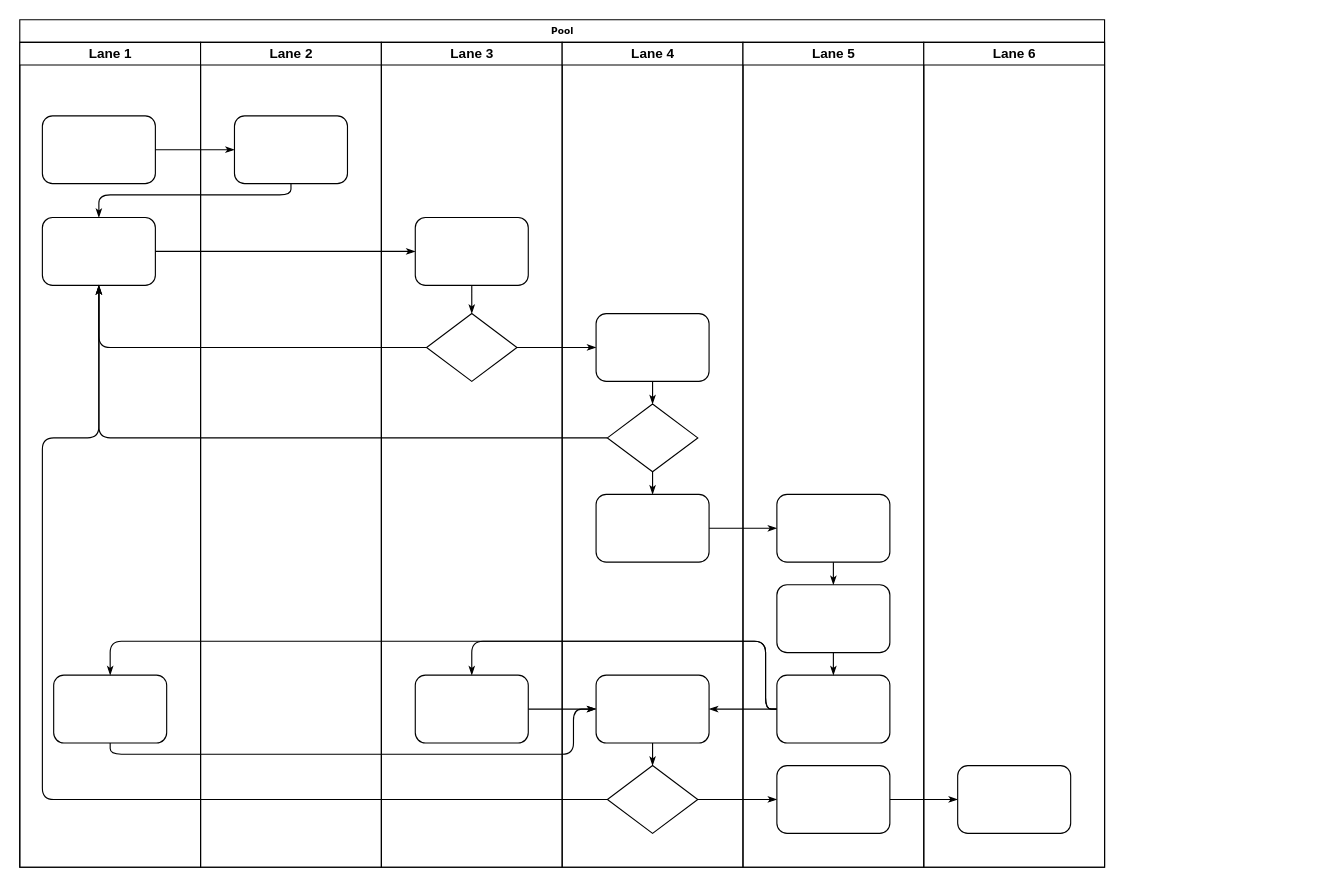
Above: Untitled Diagram.drawio in Okakakai/R4DataAlgo_Lab3 (draw.io), before the change. Source tidied: cells renumbered, new cells numbered last; positions are measured from the earlier drawing's top-left corner, leaving out a move shared by most shapes. Both pictures are drawn from the tidied source at 113%, with x=0, y=0 at pixel (19, 19).
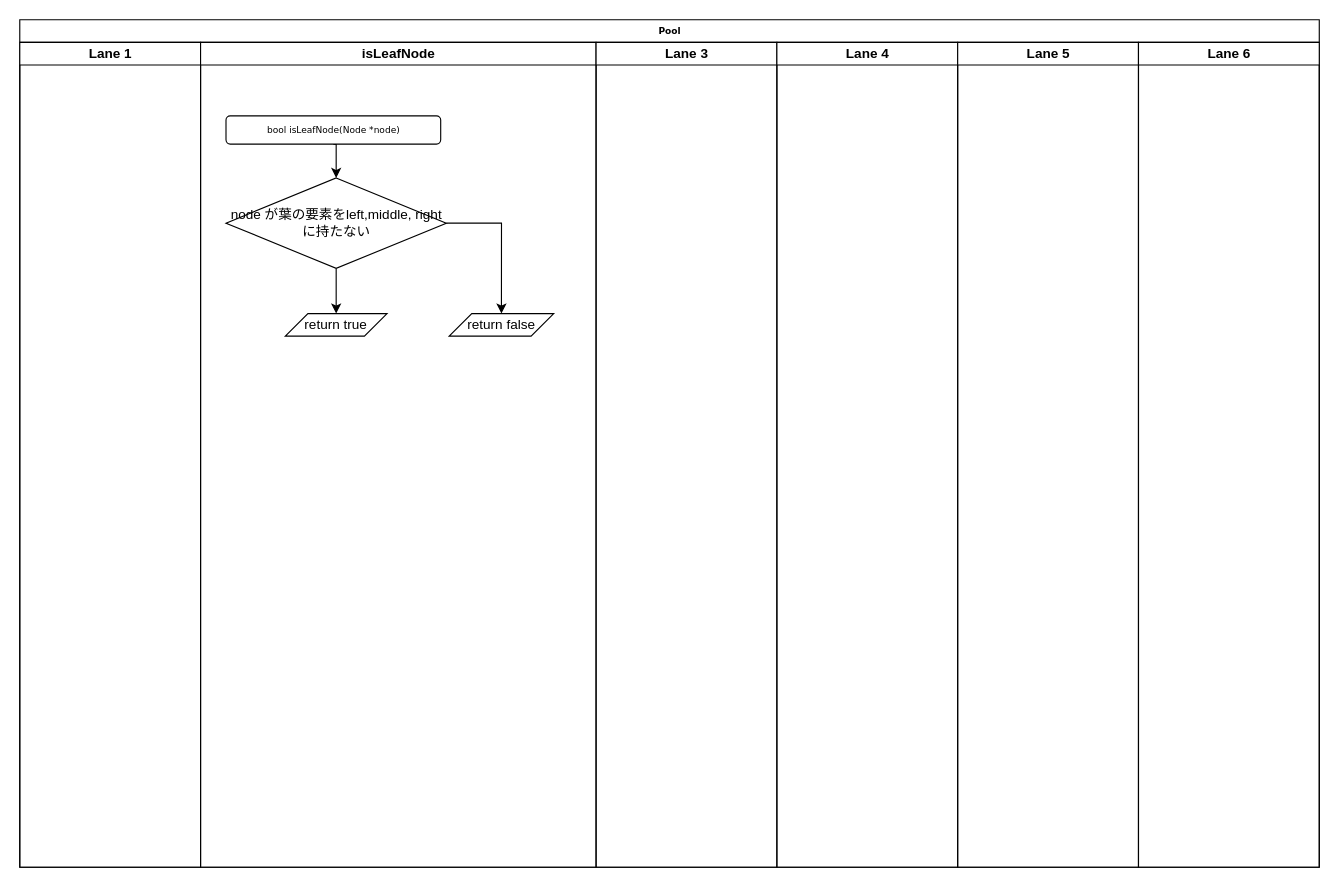
The same page after the edit.

The change refers to these unchanged cells:
```xml
<mxCell id="3" value="Lane 1" style="swimlane;html=1;startSize=20;" parent="2" vertex="1">
  <mxGeometry y="20" width="160" height="730" as="geometry" />
</mxCell>
```

Diff of the diagram source:
```diff
@@
     <mxCell id="2" value="Pool" style="swimlane;html=1;startSize=20;rounded=0;shadow=0;labelBackgroundColor=none;strokeWidth=1;fontFamily=Verdana;fontSize=8;align=center;" parent="1" vertex="1">
-      <mxGeometry width="960" height="750" as="geometry" />
+      <mxGeometry width="1150" height="750" as="geometry" />
     </mxCell>
@@
-    <mxCell id="4" style="rounded=1;whiteSpace=wrap;html=1;shadow=0;labelBackgroundColor=none;strokeWidth=1;fontFamily=Verdana;fontSize=8;align=center;" parent="3" vertex="1">
-      <mxGeometry x="20" y="65" width="100" height="60" as="geometry" />
-    </mxCell>
-    <mxCell id="5" style="rounded=1;whiteSpace=wrap;html=1;shadow=0;labelBackgroundColor=none;strokeWidth=1;fontFamily=Verdana;fontSize=8;align=center;" parent="3" vertex="1">
-      <mxGeometry x="20" y="155" width="100" height="60" as="geometry" />
-    </mxCell>
-    <mxCell id="6" style="rounded=1;whiteSpace=wrap;html=1;shadow=0;labelBackgroundColor=none;strokeWidth=1;fontFamily=Verdana;fontSize=8;align=center;" parent="3" vertex="1">
-      <mxGeometry x="30" y="560" width="100" height="60" as="geometry" />
-    </mxCell>
-    <mxCell id="7" style="edgeStyle=orthogonalEdgeStyle;rounded=1;html=1;labelBackgroundColor=none;startArrow=none;startFill=0;startSize=5;endArrow=classicThin;endFill=1;endSize=5;jettySize=auto;strokeWidth=1;fontFamily=Verdana;fontSize=8;" parent="2" edge="1" source="4" target="23">
-      <mxGeometry relative="1" as="geometry" />
-    </mxCell>
-    <mxCell id="8" style="edgeStyle=orthogonalEdgeStyle;rounded=1;html=1;labelBackgroundColor=none;startArrow=none;startFill=0;startSize=5;endArrow=classicThin;endFill=1;endSize=5;jettySize=auto;strokeWidth=1;fontFamily=Verdana;fontSize=8;" parent="2" edge="1" source="23" target="5">
-      <mxGeometry relative="1" as="geometry">
-        <Array as="points">
-          <mxPoint x="240" y="155" />
-          <mxPoint x="70" y="155" />
-        </Array>
-      </mxGeometry>
-    </mxCell>
-    <mxCell id="9" style="edgeStyle=orthogonalEdgeStyle;rounded=1;html=1;labelBackgroundColor=none;startArrow=none;startFill=0;startSize=5;endArrow=classicThin;endFill=1;endSize=5;jettySize=auto;strokeWidth=1;fontFamily=Verdana;fontSize=8;" parent="2" edge="1" source="5" target="25">
-      <mxGeometry relative="1" as="geometry" />
-    </mxCell>
-    <mxCell id="10" style="edgeStyle=orthogonalEdgeStyle;rounded=1;html=1;labelBackgroundColor=none;startArrow=none;startFill=0;startSize=5;endArrow=classicThin;endFill=1;endSize=5;jettySize=auto;strokeWidth=1;fontFamily=Verdana;fontSize=8;" parent="2" edge="1" source="26" target="5">
-      <mxGeometry relative="1" as="geometry" />
-    </mxCell>
-    <mxCell id="11" style="edgeStyle=orthogonalEdgeStyle;rounded=1;html=1;labelBackgroundColor=none;startArrow=none;startFill=0;startSize=5;endArrow=classicThin;endFill=1;endSize=5;jettySize=auto;strokeWidth=1;fontFamily=Verdana;fontSize=8;" parent="2" edge="1" source="31" target="5">
-      <mxGeometry relative="1" as="geometry" />
-    </mxCell>
-    <mxCell id="12" style="edgeStyle=orthogonalEdgeStyle;rounded=1;html=1;labelBackgroundColor=none;startArrow=none;startFill=0;startSize=5;endArrow=classicThin;endFill=1;endSize=5;jettySize=auto;strokeWidth=1;fontFamily=Verdana;fontSize=8;" parent="2" edge="1" source="34" target="5">
-      <mxGeometry relative="1" as="geometry">
-        <Array as="points">
-          <mxPoint x="20" y="690" />
-          <mxPoint x="20" y="370" />
-          <mxPoint x="70" y="370" />
-        </Array>
-      </mxGeometry>
-    </mxCell>
-    <mxCell id="13" style="edgeStyle=orthogonalEdgeStyle;rounded=1;html=1;labelBackgroundColor=none;startArrow=none;startFill=0;startSize=5;endArrow=classicThin;endFill=1;endSize=5;jettySize=auto;strokeWidth=1;fontFamily=Verdana;fontSize=8;" parent="2" edge="1" source="26" target="30">
-      <mxGeometry relative="1" as="geometry" />
-    </mxCell>
-    <mxCell id="14" style="edgeStyle=orthogonalEdgeStyle;rounded=1;html=1;labelBackgroundColor=none;startArrow=none;startFill=0;startSize=5;endArrow=classicThin;endFill=1;endSize=5;jettySize=auto;strokeWidth=1;fontFamily=Verdana;fontSize=8;" parent="2" edge="1" source="34" target="42">
-      <mxGeometry relative="1" as="geometry" />
-    </mxCell>
-    <mxCell id="15" style="edgeStyle=orthogonalEdgeStyle;rounded=1;html=1;labelBackgroundColor=none;startArrow=none;startFill=0;startSize=5;endArrow=classicThin;endFill=1;endSize=5;jettySize=auto;strokeWidth=1;fontFamily=Verdana;fontSize=8;" parent="2" edge="1" source="42" target="46">
-      <mxGeometry relative="1" as="geometry" />
-    </mxCell>
-    <mxCell id="16" style="edgeStyle=orthogonalEdgeStyle;rounded=1;html=1;labelBackgroundColor=none;startArrow=none;startFill=0;startSize=5;endArrow=classicThin;endFill=1;endSize=5;jettySize=auto;strokeWidth=1;fontFamily=Verdana;fontSize=8;" parent="2" edge="1" source="32" target="39">
-      <mxGeometry relative="1" as="geometry" />
-    </mxCell>
-    <mxCell id="17" style="edgeStyle=orthogonalEdgeStyle;rounded=1;html=1;labelBackgroundColor=none;startArrow=none;startFill=0;startSize=5;endArrow=classicThin;endFill=1;endSize=5;jettySize=auto;strokeWidth=1;fontFamily=Verdana;fontSize=8;" parent="2" edge="1" source="41" target="27">
-      <mxGeometry relative="1" as="geometry">
-        <Array as="points">
-          <mxPoint x="660" y="610" />
-          <mxPoint x="660" y="550" />
-          <mxPoint x="400" y="550" />
-        </Array>
-      </mxGeometry>
-    </mxCell>
-    <mxCell id="18" style="edgeStyle=orthogonalEdgeStyle;rounded=1;html=1;labelBackgroundColor=none;startArrow=none;startFill=0;startSize=5;endArrow=classicThin;endFill=1;endSize=5;jettySize=auto;strokeColor=#000000;strokeWidth=1;fontFamily=Verdana;fontSize=8;fontColor=#000000;" parent="2" edge="1" source="41" target="33">
-      <mxGeometry relative="1" as="geometry" />
-    </mxCell>
-    <mxCell id="19" style="edgeStyle=orthogonalEdgeStyle;rounded=1;html=1;labelBackgroundColor=none;startArrow=none;startFill=0;startSize=5;endArrow=classicThin;endFill=1;endSize=5;jettySize=auto;strokeWidth=1;fontFamily=Verdana;fontSize=8;" parent="2" edge="1" source="41" target="6">
-      <mxGeometry relative="1" as="geometry">
-        <Array as="points">
-          <mxPoint x="660" y="610" />
-          <mxPoint x="660" y="550" />
-          <mxPoint x="80" y="550" />
-        </Array>
-      </mxGeometry>
-    </mxCell>
-    <mxCell id="20" style="edgeStyle=orthogonalEdgeStyle;rounded=1;html=1;labelBackgroundColor=none;startArrow=none;startFill=0;startSize=5;endArrow=classicThin;endFill=1;endSize=5;jettySize=auto;strokeWidth=1;fontFamily=Verdana;fontSize=8;" parent="2" edge="1" source="6" target="33">
-      <mxGeometry relative="1" as="geometry">
-        <Array as="points">
-          <mxPoint x="80" y="650" />
-          <mxPoint x="490" y="650" />
-          <mxPoint x="490" y="610" />
-        </Array>
-      </mxGeometry>
-    </mxCell>
-    <mxCell id="21" style="edgeStyle=orthogonalEdgeStyle;rounded=1;html=1;labelBackgroundColor=none;startArrow=none;startFill=0;startSize=5;endArrow=classicThin;endFill=1;endSize=5;jettySize=auto;strokeWidth=1;fontFamily=Verdana;fontSize=8;" parent="2" edge="1" source="27" target="33">
-      <mxGeometry relative="1" as="geometry" />
-    </mxCell>
-    <mxCell id="22" value="Lane 2" style="swimlane;html=1;startSize=20;" parent="2" vertex="1">
-      <mxGeometry x="160" y="20" width="160" height="730" as="geometry" />
+    <mxCell id="22" value="isLeafNode" style="swimlane;html=1;startSize=20;" parent="2" vertex="1">
+      <mxGeometry x="160" y="20" width="350" height="730" as="geometry" />
     </mxCell>
+    <mxCell id="47" style="edgeStyle=orthogonalEdgeStyle;rounded=0;jettySize=auto;html=1;exitX=0.5;exitY=1;exitDx=0;exitDy=0;entryX=0.5;entryY=0;entryDx=0;entryDy=0;" parent="22" edge="1" source="23" target="50">
+      <mxGeometry relative="1" as="geometry" />
+    </mxCell>
-    <mxCell id="23" style="rounded=1;whiteSpace=wrap;html=1;shadow=0;labelBackgroundColor=none;strokeWidth=1;fontFamily=Verdana;fontSize=8;align=center;" parent="22" vertex="1">
-      <mxGeometry x="30" y="65" width="100" height="60" as="geometry" />
+    <mxCell id="23" value="bool isLeafNode(Node *node)" style="rounded=1;whiteSpace=wrap;html=1;shadow=0;labelBackgroundColor=none;strokeWidth=1;fontFamily=Verdana;fontSize=8;align=center;" parent="22" vertex="1">
+      <mxGeometry x="22.5" y="65" width="190" height="25" as="geometry" />
     </mxCell>
+    <mxCell id="48" style="edgeStyle=orthogonalEdgeStyle;rounded=0;jettySize=auto;html=1;exitX=1;exitY=0.5;exitDx=0;exitDy=0;entryX=0.5;entryY=0;entryDx=0;entryDy=0;" parent="22" edge="1" source="50" target="52">
+      <mxGeometry relative="1" as="geometry" />
+    </mxCell>
+    <mxCell id="49" style="edgeStyle=orthogonalEdgeStyle;rounded=0;jettySize=auto;html=1;exitX=0.5;exitY=1;exitDx=0;exitDy=0;entryX=0.5;entryY=0;entryDx=0;entryDy=0;" parent="22" edge="1" source="50" target="51">
+      <mxGeometry relative="1" as="geometry" />
+    </mxCell>
+    <mxCell id="50" value="node が葉の要素をleft,middle, rightに持たない" style="rhombus;whiteSpace=wrap;html=1;" parent="22" vertex="1">
+      <mxGeometry x="22.5" y="120" width="195" height="80" as="geometry" />
+    </mxCell>
+    <mxCell id="51" value="return true" style="shape=parallelogram;perimeter=parallelogramPerimeter;whiteSpace=wrap;html=1;fixedSize=1;" parent="22" vertex="1">
+      <mxGeometry x="75" y="240" width="90" height="20" as="geometry" />
+    </mxCell>
+    <mxCell id="52" value="return false" style="shape=parallelogram;perimeter=parallelogramPerimeter;whiteSpace=wrap;html=1;fixedSize=1;" parent="22" vertex="1">
+      <mxGeometry x="220" y="240" width="92.5" height="20" as="geometry" />
+    </mxCell>
     <mxCell id="24" value="Lane 3" style="swimlane;html=1;startSize=20;" parent="2" vertex="1">
-      <mxGeometry x="320" y="20" width="160" height="730" as="geometry" />
+      <mxGeometry x="510" y="20" width="160" height="730" as="geometry" />
     </mxCell>
-    <mxCell id="25" style="rounded=1;whiteSpace=wrap;html=1;shadow=0;labelBackgroundColor=none;strokeWidth=1;fontFamily=Verdana;fontSize=8;align=center;" parent="24" vertex="1">
-      <mxGeometry x="30" y="155" width="100" height="60" as="geometry" />
-    </mxCell>
-    <mxCell id="26" style="rhombus;whiteSpace=wrap;html=1;rounded=0;shadow=0;labelBackgroundColor=none;strokeWidth=1;fontFamily=Verdana;fontSize=8;align=center;" parent="24" vertex="1">
-      <mxGeometry x="40" y="240" width="80" height="60" as="geometry" />
-    </mxCell>
-    <mxCell id="27" style="rounded=1;whiteSpace=wrap;html=1;shadow=0;labelBackgroundColor=none;strokeWidth=1;fontFamily=Verdana;fontSize=8;align=center;" parent="24" vertex="1">
-      <mxGeometry x="30" y="560" width="100" height="60" as="geometry" />
-    </mxCell>
-    <mxCell id="28" style="edgeStyle=orthogonalEdgeStyle;rounded=1;html=1;labelBackgroundColor=none;startArrow=none;startFill=0;startSize=5;endArrow=classicThin;endFill=1;endSize=5;jettySize=auto;strokeWidth=1;fontFamily=Verdana;fontSize=8;" parent="24" edge="1" source="25" target="26">
-      <mxGeometry relative="1" as="geometry" />
-    </mxCell>
     <mxCell id="29" value="Lane 4" style="swimlane;html=1;startSize=20;" parent="2" vertex="1">
-      <mxGeometry x="480" y="20" width="160" height="730" as="geometry" />
+      <mxGeometry x="670" y="20" width="160" height="730" as="geometry" />
     </mxCell>
-    <mxCell id="30" style="rounded=1;whiteSpace=wrap;html=1;shadow=0;labelBackgroundColor=none;strokeWidth=1;fontFamily=Verdana;fontSize=8;align=center;" parent="29" vertex="1">
-      <mxGeometry x="30" y="240" width="100" height="60" as="geometry" />
-    </mxCell>
-    <mxCell id="31" style="rhombus;whiteSpace=wrap;html=1;rounded=0;shadow=0;labelBackgroundColor=none;strokeWidth=1;fontFamily=Verdana;fontSize=8;align=center;" parent="29" vertex="1">
-      <mxGeometry x="40" y="320" width="80" height="60" as="geometry" />
-    </mxCell>
-    <mxCell id="32" style="rounded=1;whiteSpace=wrap;html=1;shadow=0;labelBackgroundColor=none;strokeWidth=1;fontFamily=Verdana;fontSize=8;align=center;" parent="29" vertex="1">
-      <mxGeometry x="30" y="400" width="100" height="60" as="geometry" />
-    </mxCell>
-    <mxCell id="33" style="rounded=1;whiteSpace=wrap;html=1;shadow=0;labelBackgroundColor=none;strokeWidth=1;fontFamily=Verdana;fontSize=8;align=center;" parent="29" vertex="1">
-      <mxGeometry x="30" y="560" width="100" height="60" as="geometry" />
-    </mxCell>
-    <mxCell id="34" style="rhombus;whiteSpace=wrap;html=1;rounded=0;shadow=0;labelBackgroundColor=none;strokeWidth=1;fontFamily=Verdana;fontSize=8;align=center;" parent="29" vertex="1">
-      <mxGeometry x="40" y="640" width="80" height="60" as="geometry" />
-    </mxCell>
-    <mxCell id="35" style="edgeStyle=orthogonalEdgeStyle;rounded=1;html=1;labelBackgroundColor=none;startArrow=none;startFill=0;startSize=5;endArrow=classicThin;endFill=1;endSize=5;jettySize=auto;strokeColor=#000000;strokeWidth=1;fontFamily=Verdana;fontSize=8;fontColor=#000000;" parent="29" edge="1" source="30" target="31">
-      <mxGeometry relative="1" as="geometry" />
-    </mxCell>
-    <mxCell id="36" style="edgeStyle=orthogonalEdgeStyle;rounded=1;html=1;labelBackgroundColor=none;startArrow=none;startFill=0;startSize=5;endArrow=classicThin;endFill=1;endSize=5;jettySize=auto;strokeWidth=1;fontFamily=Verdana;fontSize=8;" parent="29" edge="1" source="31" target="32">
-      <mxGeometry relative="1" as="geometry" />
-    </mxCell>
-    <mxCell id="37" style="edgeStyle=orthogonalEdgeStyle;rounded=1;html=1;labelBackgroundColor=none;startArrow=none;startFill=0;startSize=5;endArrow=classicThin;endFill=1;endSize=5;jettySize=auto;strokeWidth=1;fontFamily=Verdana;fontSize=8;" parent="29" edge="1" source="33" target="34">
-      <mxGeometry relative="1" as="geometry" />
-    </mxCell>
     <mxCell id="38" value="Lane 5" style="swimlane;html=1;startSize=20;" parent="2" vertex="1">
-      <mxGeometry x="640" y="20" width="160" height="730" as="geometry" />
+      <mxGeometry x="830" y="20" width="160" height="730" as="geometry" />
     </mxCell>
-    <mxCell id="39" style="rounded=1;whiteSpace=wrap;html=1;shadow=0;labelBackgroundColor=none;strokeWidth=1;fontFamily=Verdana;fontSize=8;align=center;" parent="38" vertex="1">
-      <mxGeometry x="30" y="400" width="100" height="60" as="geometry" />
-    </mxCell>
-    <mxCell id="40" style="rounded=1;whiteSpace=wrap;html=1;shadow=0;labelBackgroundColor=none;strokeWidth=1;fontFamily=Verdana;fontSize=8;align=center;" parent="38" vertex="1">
-      <mxGeometry x="30" y="480" width="100" height="60" as="geometry" />
-    </mxCell>
-    <mxCell id="41" style="rounded=1;whiteSpace=wrap;html=1;shadow=0;labelBackgroundColor=none;strokeWidth=1;fontFamily=Verdana;fontSize=8;align=center;" parent="38" vertex="1">
-      <mxGeometry x="30" y="560" width="100" height="60" as="geometry" />
-    </mxCell>
-    <mxCell id="42" style="rounded=1;whiteSpace=wrap;html=1;shadow=0;labelBackgroundColor=none;strokeWidth=1;fontFamily=Verdana;fontSize=8;align=center;" parent="38" vertex="1">
-      <mxGeometry x="30" y="640" width="100" height="60" as="geometry" />
-    </mxCell>
-    <mxCell id="43" style="edgeStyle=orthogonalEdgeStyle;rounded=1;html=1;labelBackgroundColor=none;startArrow=none;startFill=0;startSize=5;endArrow=classicThin;endFill=1;endSize=5;jettySize=auto;strokeWidth=1;fontFamily=Verdana;fontSize=8;" parent="38" edge="1" source="39" target="40">
-      <mxGeometry relative="1" as="geometry" />
-    </mxCell>
-    <mxCell id="44" style="edgeStyle=orthogonalEdgeStyle;rounded=1;html=1;labelBackgroundColor=none;startArrow=none;startFill=0;startSize=5;endArrow=classicThin;endFill=1;endSize=5;jettySize=auto;strokeWidth=1;fontFamily=Verdana;fontSize=8;" parent="38" edge="1" source="40" target="41">
-      <mxGeometry relative="1" as="geometry" />
-    </mxCell>
     <mxCell id="45" value="Lane 6" style="swimlane;html=1;startSize=20;" parent="2" vertex="1">
-      <mxGeometry x="800" y="20" width="160" height="730" as="geometry" />
+      <mxGeometry x="990" y="20" width="160" height="730" as="geometry" />
     </mxCell>
-    <mxCell id="46" style="rounded=1;whiteSpace=wrap;html=1;shadow=0;labelBackgroundColor=none;strokeWidth=1;fontFamily=Verdana;fontSize=8;align=center;" parent="45" vertex="1">
-      <mxGeometry x="30" y="640" width="100" height="60" as="geometry" />
-    </mxCell>
```
